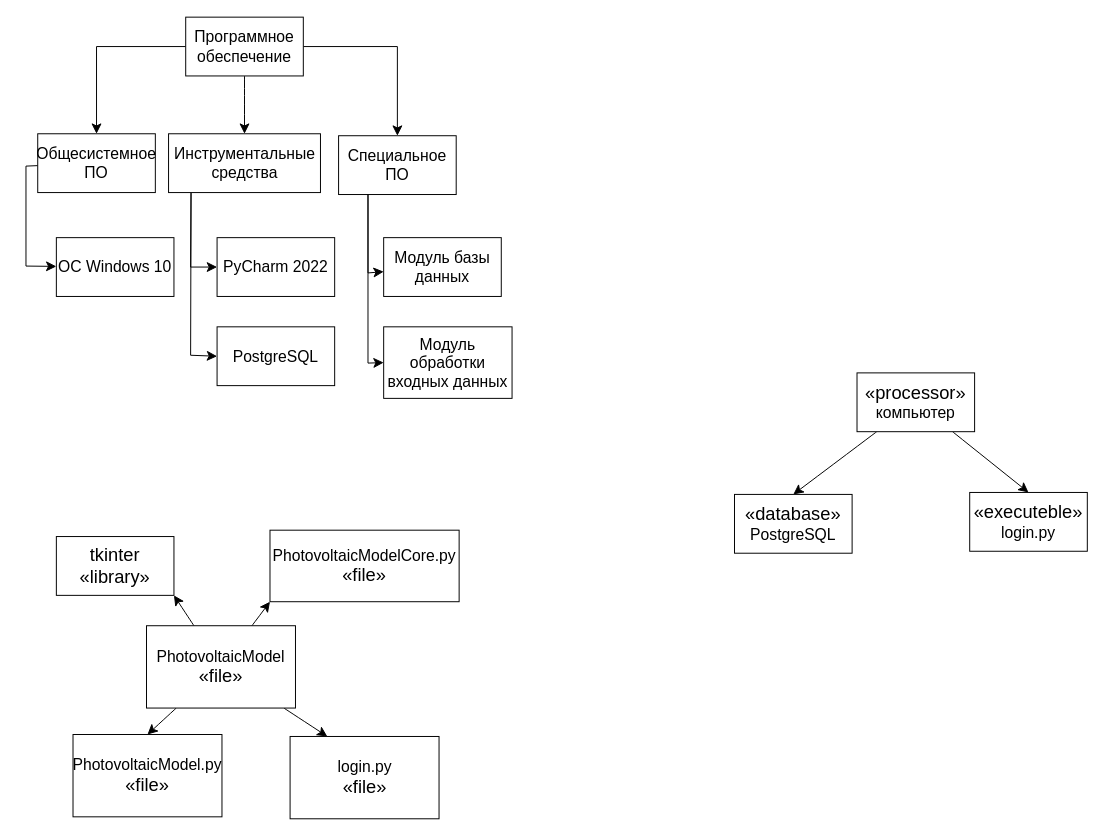
Before: lab7.drawio in DiKachura/tppo, a draw.io diagram. Source tidied: cells renumbered, new cells numbered last; positions are measured from the earlier drawing's top-left corner, leaving out a move shared by most shapes. Both pictures are drawn from the tidied source at 98%, with x=0, y=0 at pixel (25, 17).
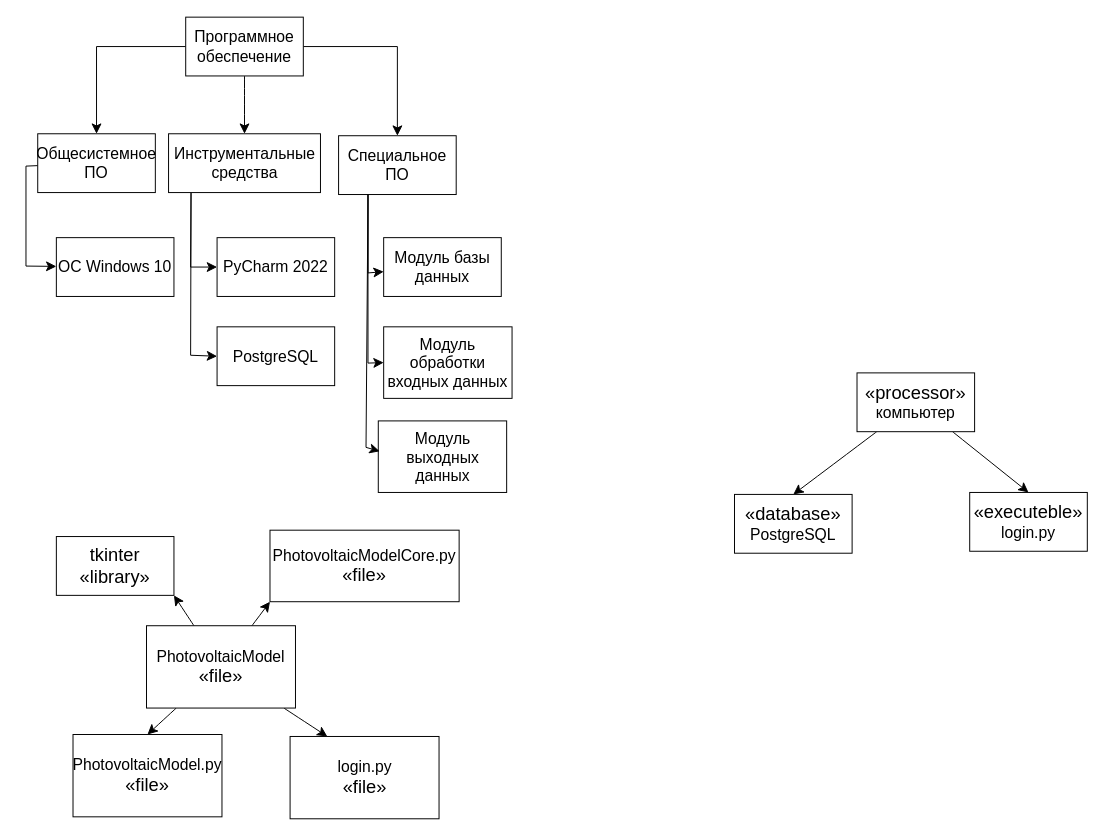
After the change.

Commit message:
структурная схема

Unchanged cells that the change refers to:
```xml
<mxCell id="9" value="Специальное ПО" style="whiteSpace=wrap;html=1;fontSize=16;rounded=0;" parent="1" vertex="1">
  <mxGeometry x="319" y="121" width="120" height="60" as="geometry" />
</mxCell>
```

The edit, as a diff of the source:
```diff
@@
+    <mxCell id="33" value="Модуль выходных данных" style="rounded=0;whiteSpace=wrap;html=1;fontSize=16;" parent="1" vertex="1">
+      <mxGeometry x="359.5" y="412" width="131" height="73" as="geometry" />
+    </mxCell>
+    <mxCell id="34" style="endArrow=classic;html=1;rounded=0;fontSize=12;startSize=8;endSize=8;exitX=0.25;exitY=1;exitDx=0;exitDy=0;entryX=0.011;entryY=0.425;entryDx=0;entryDy=0;entryPerimeter=0;" parent="1" edge="1" source="9" target="33">
+      <mxGeometry relative="1" as="geometry">
+        <Array as="points">
+          <mxPoint x="347" y="439" />
+        </Array>
+      </mxGeometry>
+    </mxCell>
```
